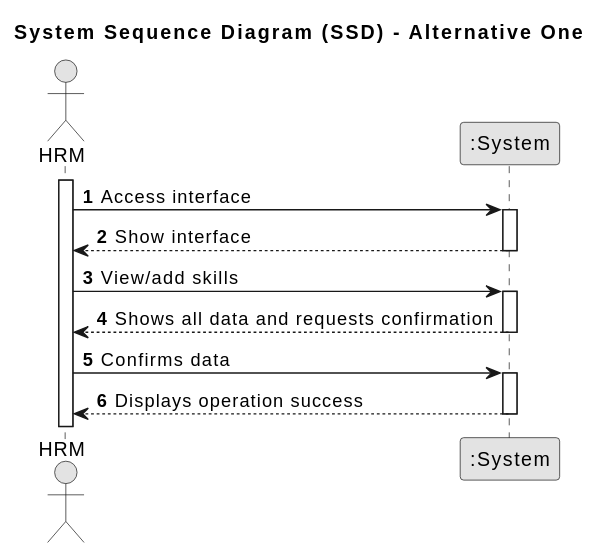
This is docs/sprintB/us001/01.requirements-engineering/svg/us001-system-sequence-diagram-alternative-one.svg from SAEmanuel/Green_Spaces_Management_ISEP, a PlantUML export, as it was before one commit.
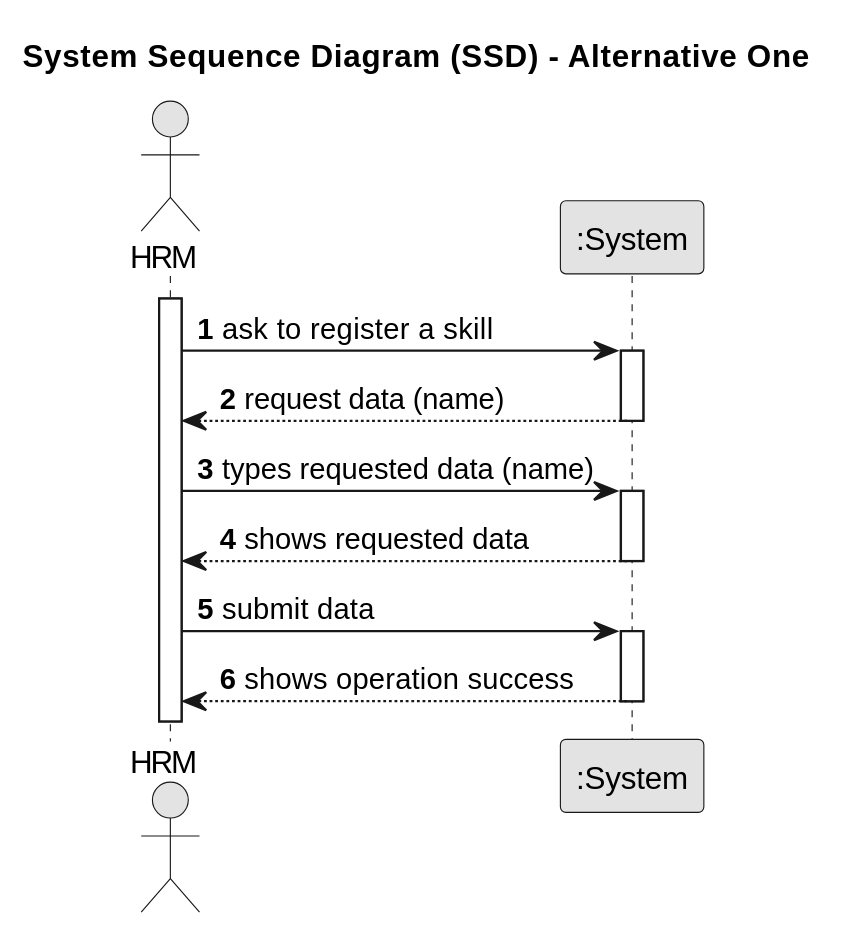
After the commit.

Commit message:
US001 - requirements engineer (AC & IO) v2.2.0

Diff of the diagram source:
```diff
@@ -13,22 +13,22 @@
 
 activate Employee
 
-    Employee -> System : Access interface
+    Employee -> System : ask to register a skill
     activate System
 
-        System --> Employee : Show interface
+        System --> Employee : request data (name)
     deactivate System
 
-    Employee -> System : View/add skills
+    Employee -> System : types requested data (name)
 
     activate System
 
-        System --> Employee : Shows all data and requests confirmation
+        System --> Employee : shows requested data
     deactivate System
 
-    Employee -> System : Confirms data
+    Employee -> System : submit data
     activate System
 
-        System --> Employee : Displays operation success
+        System --> Employee :shows operation success
     deactivate System
 @enduml
```
